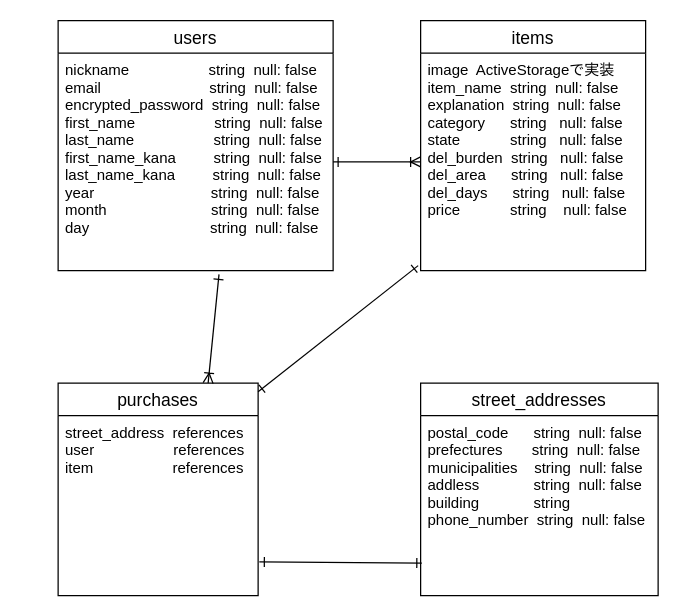
This is er.dio from jun8100359/furima-33532, a draw.io file, before an edit. Source tidied: cells renumbered, new cells numbered last; positions are measured from the earlier drawing's top-left corner, leaving out a move shared by most shapes. Both pictures are drawn from the tidied source at 125%, with x=0, y=0 at pixel (58, 20).
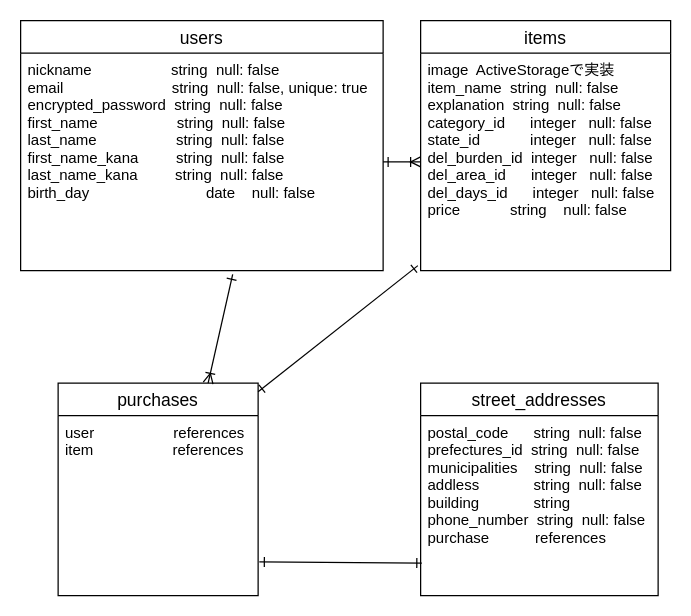
After the change.

Diff of the diagram source:
```diff
@@
 <mxGraphModel>
   <root>
     <mxCell id="0" />
     <mxCell id="1" parent="0" />
     <mxCell id="2" value="users" style="swimlane;fontStyle=0;horizontal=1;startSize=26;align=center;fontSize=14;" parent="1" vertex="1">
-      <mxGeometry width="220" height="200" as="geometry" />
+      <mxGeometry x="-30" width="290" height="200" as="geometry" />
     </mxCell>
-    <mxCell id="3" value="nickname                   string  null: false&#10;email                          string  null: false&#10;encrypted_password  string  null: false&#10;first_name                   string  null: false&#10;last_name                   string  null: false&#10;first_name_kana         string  null: false&#10;last_name_kana         string  null: false&#10;year                            string  null: false&#10;month                         string  null: false&#10;day                             string  null: false&#10;" style="text;strokeColor=none;fillColor=none;spacingLeft=4;spacingRight=4;overflow=hidden;points=[[0,0.5],[1,0.5]];portConstraint=eastwest;fontSize=12;" parent="2" vertex="1">
-      <mxGeometry y="26" width="220" height="174" as="geometry" />
+    <mxCell id="3" value="nickname                   string  null: false&#10;email                          string  null: false, unique: true&#10;encrypted_password  string  null: false&#10;first_name                   string  null: false&#10;last_name                   string  null: false&#10;first_name_kana         string  null: false&#10;last_name_kana         string  null: false&#10;birth_day                            date    null: false&#10;" style="text;strokeColor=none;fillColor=none;spacingLeft=4;spacingRight=4;overflow=hidden;points=[[0,0.5],[1,0.5]];portConstraint=eastwest;fontSize=12;" parent="2" vertex="1">
+      <mxGeometry y="26" width="290" height="174" as="geometry" />
     </mxCell>
     <mxCell id="4" value="items" style="swimlane;fontStyle=0;horizontal=1;startSize=26;align=center;fontSize=14;" parent="1" vertex="1">
-      <mxGeometry x="290" width="180" height="200" as="geometry" />
+      <mxGeometry x="290" width="200" height="200" as="geometry" />
     </mxCell>
-    <mxCell id="5" value="image  ActiveStorageで実装&#10;item_name  string  null: false&#10;explanation  string  null: false&#10;category      string   null: false&#10;state            string   null: false&#10;del_burden  string   null: false&#10;del_area      string   null: false&#10;del_days      string   null: false&#10;price            string    null: false" style="text;strokeColor=none;fillColor=none;spacingLeft=4;spacingRight=4;overflow=hidden;points=[[0,0.5],[1,0.5]];portConstraint=eastwest;fontSize=12;" parent="4" vertex="1">
-      <mxGeometry y="26" width="180" height="174" as="geometry" />
+    <mxCell id="5" value="image  ActiveStorageで実装&#10;item_name  string  null: false&#10;explanation  string  null: false&#10;category_id      integer   null: false&#10;state_id            integer   null: false&#10;del_burden_id  integer   null: false&#10;del_area_id      integer   null: false&#10;del_days_id      integer   null: false&#10;price            string    null: false" style="text;strokeColor=none;fillColor=none;spacingLeft=4;spacingRight=4;overflow=hidden;points=[[0,0.5],[1,0.5]];portConstraint=eastwest;fontSize=12;" parent="4" vertex="1">
+      <mxGeometry y="26" width="200" height="174" as="geometry" />
     </mxCell>
     <mxCell id="6" value="purchases" style="swimlane;fontStyle=0;horizontal=1;startSize=26;align=center;fontSize=14;" parent="1" vertex="1">
       <mxGeometry y="290" width="160" height="170" as="geometry" />
     </mxCell>
-    <mxCell id="7" value="street_address  references&#10;user                   references&#10;item                   references" style="text;strokeColor=none;fillColor=none;spacingLeft=4;spacingRight=4;overflow=hidden;points=[[0,0.5],[1,0.5]];portConstraint=eastwest;fontSize=12;" parent="6" vertex="1">
+    <mxCell id="7" value="user                   references&#10;item                   references" style="text;strokeColor=none;fillColor=none;spacingLeft=4;spacingRight=4;overflow=hidden;points=[[0,0.5],[1,0.5]];portConstraint=eastwest;fontSize=12;" parent="6" vertex="1">
       <mxGeometry y="26" width="160" height="144" as="geometry" />
     </mxCell>
     <mxCell id="8" value="street_addresses" style="swimlane;fontStyle=0;horizontal=1;startSize=26;align=center;fontSize=14;" parent="1" vertex="1">
       <mxGeometry x="290" y="290" width="190" height="170" as="geometry" />
     </mxCell>
-    <mxCell id="9" value="postal_code      string  null: false&#10;prefectures       string  null: false&#10;municipalities    string  null: false&#10;addless             string  null: false&#10;building             string &#10;phone_number  string  null: false" style="text;strokeColor=none;fillColor=none;spacingLeft=4;spacingRight=4;overflow=hidden;points=[[0,0.5],[1,0.5]];portConstraint=eastwest;fontSize=12;" parent="8" vertex="1">
+    <mxCell id="9" value="postal_code      string  null: false&#10;prefectures_id  string  null: false&#10;municipalities    string  null: false&#10;addless             string  null: false&#10;building             string &#10;phone_number  string  null: false&#10;purchase           references" style="text;strokeColor=none;fillColor=none;spacingLeft=4;spacingRight=4;overflow=hidden;points=[[0,0.5],[1,0.5]];portConstraint=eastwest;fontSize=12;" parent="8" vertex="1">
       <mxGeometry y="26" width="190" height="144" as="geometry" />
     </mxCell>
     <mxCell id="10" style="edgeStyle=entityRelationEdgeStyle;fontSize=12;html=1;endArrow=ERoneToMany;exitX=1;exitY=0.5;exitDx=0;exitDy=0;entryX=0;entryY=0.5;entryDx=0;entryDy=0;startArrow=ERone;startFill=0;" parent="1" edge="1" source="3" target="5">
       <mxGeometry relative="1" as="geometry" />
     </mxCell>
     <mxCell id="11" style="endArrow=ERone;html=1;rounded=0;exitX=1;exitY=0.041;exitDx=0;exitDy=0;exitPerimeter=0;entryX=-0.011;entryY=0.977;entryDx=0;entryDy=0;entryPerimeter=0;startArrow=ERone;startFill=0;endFill=0;" parent="1" edge="1" source="6" target="5">
       <mxGeometry relative="1" as="geometry" />
     </mxCell>
     <mxCell id="12" style="endArrow=ERone;html=1;rounded=0;exitX=1.006;exitY=0.813;exitDx=0;exitDy=0;exitPerimeter=0;entryX=0.005;entryY=0.819;entryDx=0;entryDy=0;entryPerimeter=0;startArrow=ERone;startFill=0;endFill=0;" parent="1" edge="1" source="7" target="9">
       <mxGeometry relative="1" as="geometry" />
     </mxCell>
     <mxCell id="13" style="endArrow=ERoneToMany;html=1;rounded=0;exitX=0.585;exitY=1.017;exitDx=0;exitDy=0;exitPerimeter=0;entryX=0.75;entryY=0;entryDx=0;entryDy=0;startArrow=ERone;startFill=0;endFill=0;" parent="1" edge="1" source="3" target="6">
       <mxGeometry relative="1" as="geometry" />
     </mxCell>
   </root>
 </mxGraphModel>
```
